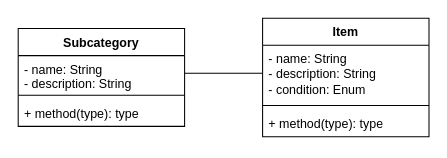
Before: Workshop4.drawio in antonykimuom/SWEN30006-2025-SM1-workshop1-tuew05-14-00-team-12, a draw.io diagram. Source tidied: cells renumbered, new cells numbered last; positions are measured from the earlier drawing's top-left corner, leaving out a move shared by most shapes. Both pictures are drawn from the tidied source at 104%, with x=0, y=0 at pixel (18, 18).
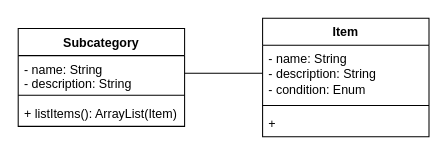
After the change.

Diff of the diagram source:
```diff
@@
 <mxGraphModel>
   <root>
     <mxCell id="0" />
     <mxCell id="1" parent="0" />
     <mxCell id="2" value="Subcategory" style="swimlane;fontStyle=1;align=center;verticalAlign=top;horizontal=1;startSize=26;whiteSpace=wrap;html=1;" parent="1" vertex="1">
       <mxGeometry y="10" width="160" height="94" as="geometry" />
     </mxCell>
     <mxCell id="3" value="- name: String&lt;div&gt;- description: String&lt;/div&gt;" style="text;strokeColor=none;fillColor=none;align=left;verticalAlign=top;spacingLeft=4;spacingRight=4;overflow=hidden;points=[[0,0.5],[1,0.5]];portConstraint=eastwest;whiteSpace=wrap;html=1;" parent="2" vertex="1">
       <mxGeometry y="26" width="160" height="34" as="geometry" />
     </mxCell>
     <mxCell id="4" style="line;strokeWidth=1;fillColor=none;align=left;verticalAlign=middle;spacingTop=-1;spacingLeft=3;spacingRight=3;labelPosition=right;strokeColor=inherit;" parent="2" vertex="1">
       <mxGeometry y="60" width="160" height="8" as="geometry" />
     </mxCell>
-    <mxCell id="5" value="+ method(type): type" style="text;strokeColor=none;fillColor=none;align=left;verticalAlign=top;spacingLeft=4;spacingRight=4;overflow=hidden;whiteSpace=wrap;html=1;" parent="2" vertex="1">
+    <mxCell id="5" value="+ listItems(): ArrayList(Item)" style="text;strokeColor=none;fillColor=none;align=left;verticalAlign=top;spacingLeft=4;spacingRight=4;overflow=hidden;whiteSpace=wrap;html=1;" parent="2" vertex="1">
       <mxGeometry y="68" width="160" height="26" as="geometry" />
     </mxCell>
     <mxCell id="6" value="Item" style="swimlane;fontStyle=1;align=center;verticalAlign=top;horizontal=1;startSize=26;whiteSpace=wrap;html=1;" parent="1" vertex="1">
       <mxGeometry x="235" width="160" height="114" as="geometry" />
     </mxCell>
     <mxCell id="7" value="- name: String&lt;div&gt;- description: String&lt;/div&gt;&lt;div&gt;- condition: Enum&lt;/div&gt;" style="text;strokeColor=none;fillColor=none;align=left;verticalAlign=top;spacingLeft=4;spacingRight=4;overflow=hidden;points=[[0,0.5],[1,0.5]];portConstraint=eastwest;whiteSpace=wrap;html=1;" parent="6" vertex="1">
       <mxGeometry y="26" width="160" height="54" as="geometry" />
     </mxCell>
     <mxCell id="8" style="line;strokeWidth=1;fillColor=none;align=left;verticalAlign=middle;spacingTop=-1;spacingLeft=3;spacingRight=3;labelPosition=right;strokeColor=inherit;" parent="6" vertex="1">
       <mxGeometry y="80" width="160" height="8" as="geometry" />
     </mxCell>
-    <mxCell id="9" value="+ method(type): type" style="text;strokeColor=none;fillColor=none;align=left;verticalAlign=top;spacingLeft=4;spacingRight=4;overflow=hidden;whiteSpace=wrap;html=1;" parent="6" vertex="1">
+    <mxCell id="9" value="+" style="text;strokeColor=none;fillColor=none;align=left;verticalAlign=top;spacingLeft=4;spacingRight=4;overflow=hidden;whiteSpace=wrap;html=1;" parent="6" vertex="1">
       <mxGeometry y="88" width="160" height="26" as="geometry" />
     </mxCell>
     <mxCell id="10" style="endArrow=none;html=1;rounded=0;exitX=1;exitY=0.5;exitDx=0;exitDy=0;entryX=0;entryY=0.5;entryDx=0;entryDy=0;" parent="1" edge="1" source="3" target="7">
       <mxGeometry relative="1" as="geometry" />
     </mxCell>
   </root>
 </mxGraphModel>
```
